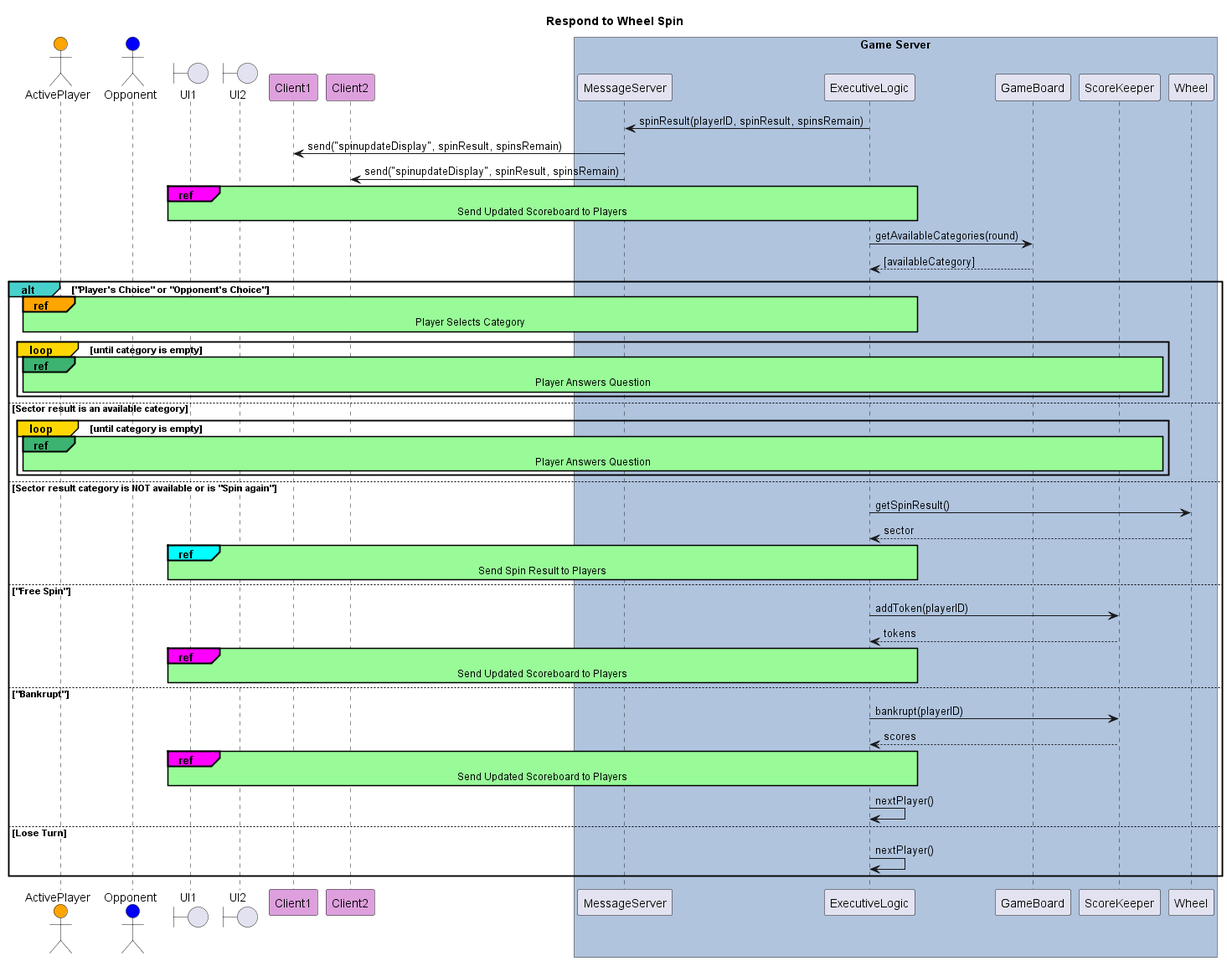
Above: out/diagrams/seq-diagram-wheel-spin/Respond to Wheel Spin.png in poszy/def_spinit_project (PlantUML), before the change.
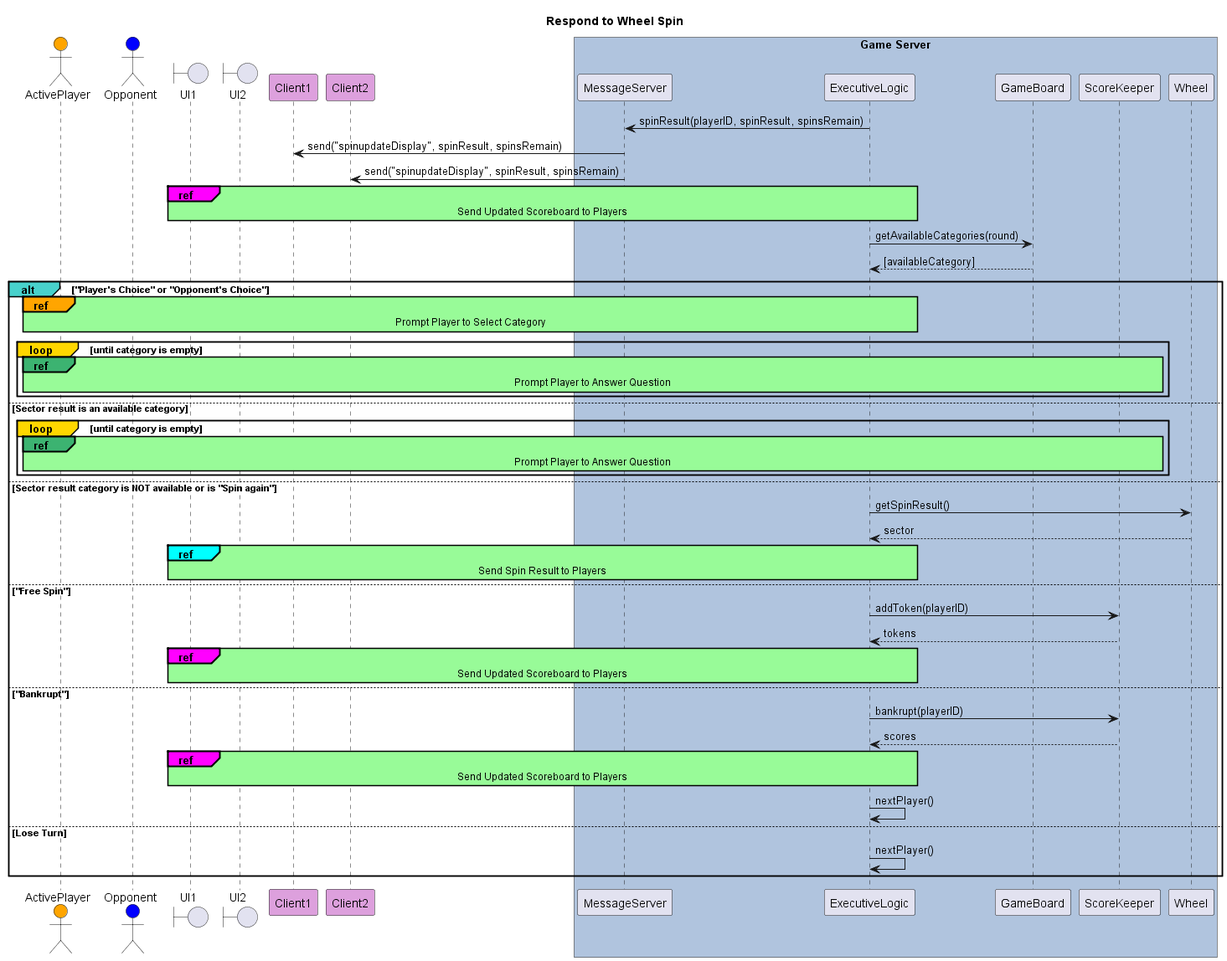
Above is the later version.

Commit message:
update naming to use "prompt player"

Change to the diagram source:
```diff
@@ -35,19 +35,19 @@
 alt#MediumTurquoise "Player's Choice" or "Opponent's Choice"
 
     ref#Orange over Player1, ExecutiveLogic
-        Player Selects Category
+        Prompt Player to Select Category
     end ref
 
     loop#Gold until category is empty
             ref over Player1, ScoreKeeper
-            Player Answers Question
+            Prompt Player to Answer Question
         end ref
     end
 
 else Sector result is an available category
     loop#Gold until category is empty
         ref over Player1, ScoreKeeper
-            Player Answers Question
+            Prompt Player to Answer Question
         end ref
     end
 
```
